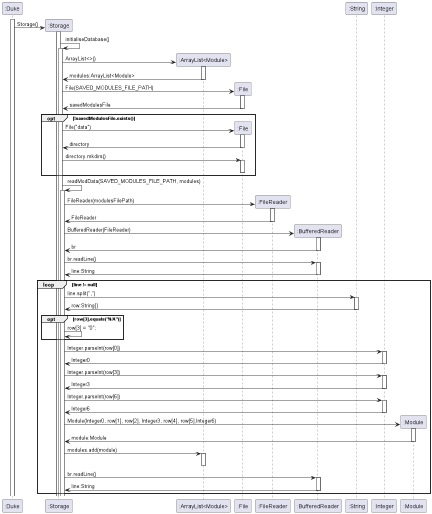
Above: docs/diagrams/Storage/Storage.png in nus-cs2113-AY2223S2/tp (PlantUML), before the change.
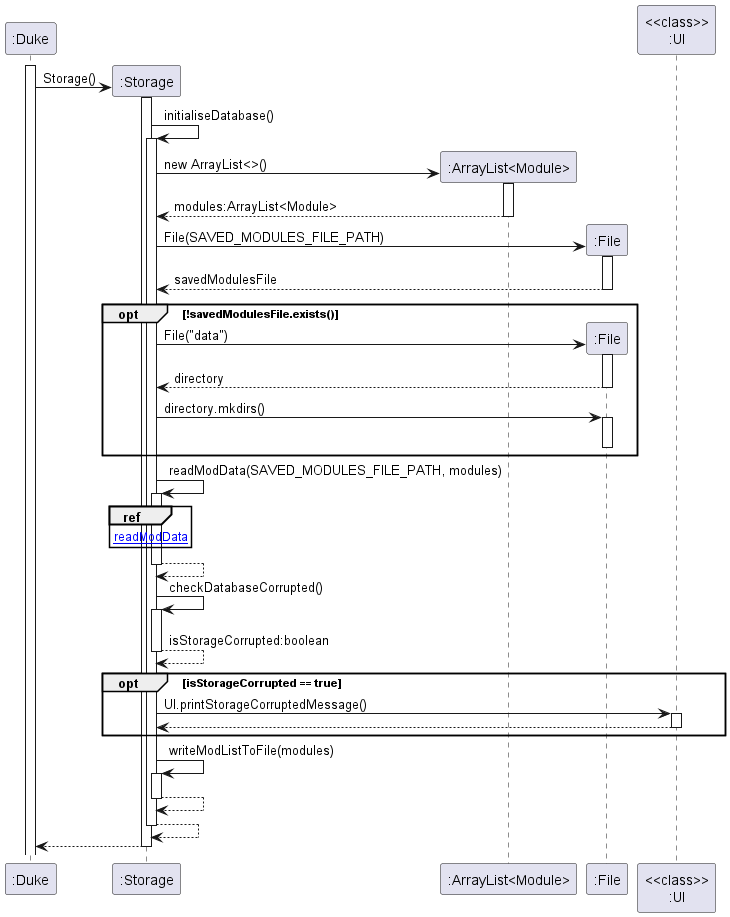
After the change.

Commit message:
Add Developer Guide for budget class

The edit, as a diff of the source:
```diff
@@ -9,76 +9,48 @@
 ":Storage" -> ":Storage" : initialiseDatabase()
 activate ":Storage"
 create ":ArrayList<Module>"
-":Storage" -> ":ArrayList<Module>" : ArrayList<>()
+":Storage" -> ":ArrayList<Module>" : new ArrayList<>()
 activate ":ArrayList<Module>"
-":Storage" <- ":ArrayList<Module>" : modules:ArrayList<Module>
+":Storage" <-- ":ArrayList<Module>" : modules:ArrayList<Module>
 deactivate ":ArrayList<Module>"
 create ":File"
 ":Storage" -> ":File" : File(SAVED_MODULES_FILE_PATH)
 activate ":File"
-":Storage" <- ":File" : savedModulesFile
+":Storage" <-- ":File" : savedModulesFile
 deactivate ":File"
 
 opt !savedModulesFile.exists()
 create ":File"
 ":Storage" -> ":File" : File("data")
 activate ":File"
-":Storage" <- ":File" : directory
+":Storage" <-- ":File" : directory
 deactivate ":File"
 ":Storage" -> ":File" : directory.mkdirs()
 activate ":File"
 deactivate ":File"
 end
-
 ":Storage" -> ":Storage" : readModData(SAVED_MODULES_FILE_PATH, modules)
 activate ":Storage"
-create ":FileReader"
-":Storage" -> ":FileReader" : FileReader(modulesFilePath)
-activate ":FileReader"
-":Storage" <- ":FileReader" : FileReader
-deactivate ":FileReader"
-create ":BufferedReader"
-":Storage" -> ":BufferedReader" : BufferedReader(FileReader)
-activate ":BufferedReader"
-":Storage" <- ":BufferedReader" : br
-deactivate ":BufferedReader"
-":Storage" -> ":BufferedReader" : br.readLine()
-activate ":BufferedReader"
-":Storage" <- ":BufferedReader" : line:String
-deactivate ":BufferedReader"
-loop line != null
-":Storage" -> ":String" : line.split(",")
-activate ":String"
-":Storage" <- ":String" : row:String[]
-deactivate ":String"
-opt row[3].equals("N/A")
-":Storage" -> ":Storage" : row[3] = "0";
+ref over ":Storage" : [[readModData{diagrams%2FStorage%2FreadModData.png}]]
+":Storage" --> ":Storage"
+deactivate ":Storage"
+":Storage" -> ":Storage" : checkDatabaseCorrupted()
+activate ":Storage"
+":Storage" --> ":Storage" : isStorageCorrupted:boolean
+deactivate ":Storage"
+opt isStorageCorrupted == true
+":Storage" -> "<<class>>\n:UI" : UI.printStorageCorruptedMessage()
+activate "<<class>>\n:UI"
+":Storage" <-- "<<class>>\n:UI"
+deactivate "<<class>>\n:UI"
 end
-":Storage" -> ":Integer" : Integer.parseInt(row[0])
-activate ":Integer"
-":Storage" <- ":Integer" : Integer0
-deactivate ":Integer"
-":Storage" -> ":Integer" : Integer.parseInt(row[3])
-activate ":Integer"
-":Storage" <- ":Integer" : Integer3
-deactivate ":Integer"
-":Storage" -> ":Integer" : Integer.parseInt(row[6])
-activate ":Integer"
-":Storage" <- ":Integer" : Integer6
-deactivate ":Integer"
-create ":Module"
-":Storage" -> ":Module" : Module(Integer0, row[1], row[2], Integer3, row[4], row[5],Integer6)
-activate ":Module"
-":Storage" <- ":Module" : module:Module
-deactivate ":Module"
-":Storage" -> ":ArrayList<Module>" : modules.add(module)
-activate ":ArrayList<Module>"
-deactivate ":ArrayList<Module>"
-":Storage" -> ":BufferedReader" : br.readLine()
-activate ":BufferedReader"
-":Storage" <- ":BufferedReader" : line:String
-deactivate ":BufferedReader"
-end
+":Storage" -> ":Storage" : writeModListToFile(modules)
+activate ":Storage"
+":Storage" --> ":Storage"
+deactivate ":Storage"
+":Storage" --> ":Storage"
+deactivate ":Storage"
+":Storage" --> ":Duke"
 deactivate ":Storage"
 
 
```
